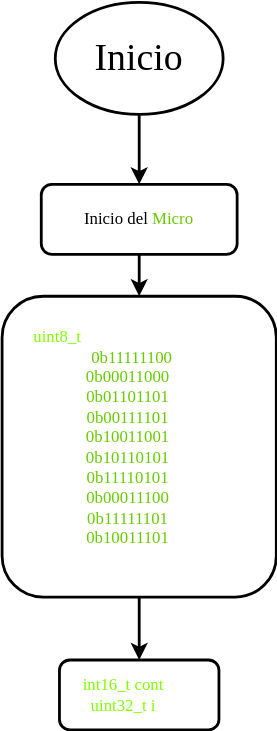
Earlier version of the draw.io export diagrama.drawio.svg (Kourii/tp4-kourii). Source tidied: cells renumbered, new cells last; positions are measured from the earlier drawing's top-left corner, leaving out a move shared by most shapes.
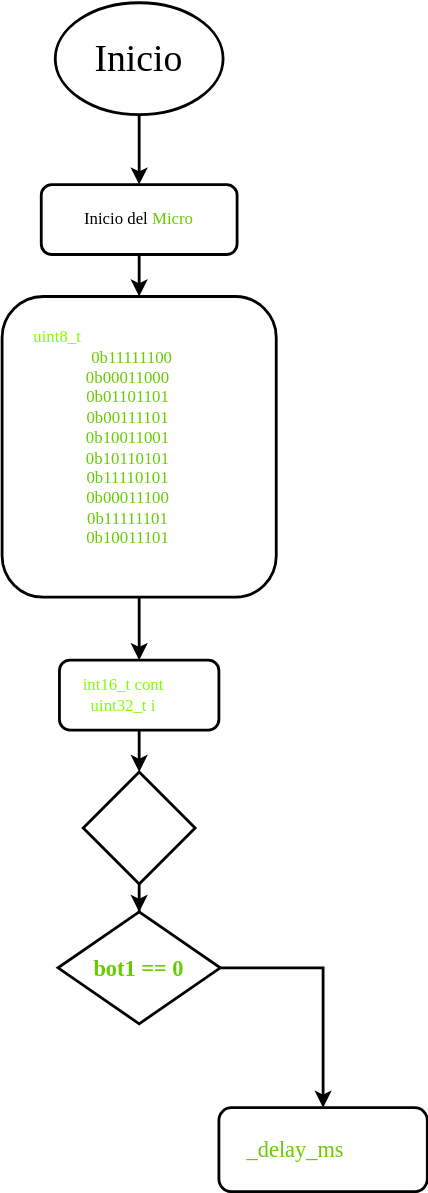
The same diagram one commit later.

Change to the diagram source:
```diff
@@ -2,12 +2,12 @@
   <root>
     <mxCell id="0" />
     <mxCell id="1" parent="0" />
-    <mxCell id="2" style="edgeStyle=none;html=1;exitX=0.5;exitY=1;exitDx=0;exitDy=0;entryX=0.5;entryY=0;entryDx=0;entryDy=0;fontFamily=Monocraft;fontSize=27;strokeWidth=2;labelBorderColor=none;" parent="1" edge="1" source="3">
+    <mxCell id="2" style="edgeStyle=none;html=1;exitX=0.5;exitY=1;exitDx=0;exitDy=0;entryX=0.5;entryY=0;entryDx=0;entryDy=0;fontFamily=Verdana;fontSize=27;strokeWidth=2;labelBorderColor=none;" parent="1" edge="1" source="3">
       <mxGeometry relative="1" as="geometry">
         <mxPoint x="98" y="130" as="targetPoint" />
       </mxGeometry>
     </mxCell>
-    <mxCell id="3" value="&lt;font style=&quot;font-size: 27px&quot; face=&quot;Monocraft&quot;&gt;Inicio&lt;/font&gt;" style="ellipse;whiteSpace=wrap;html=1;fillColor=default;strokeColor=default;gradientColor=none;strokeWidth=2;fontFamily=Monocraft;labelBorderColor=none;" parent="1" vertex="1">
+    <mxCell id="3" value="&lt;font style=&quot;font-size: 27px&quot;&gt;Inicio&lt;/font&gt;" style="ellipse;whiteSpace=wrap;html=1;fillColor=default;strokeColor=default;gradientColor=none;strokeWidth=2;fontFamily=Verdana;labelBorderColor=none;" parent="1" vertex="1">
       <mxGeometry x="38" width="120" height="80" as="geometry" />
     </mxCell>
     <mxCell id="4" style="edgeStyle=orthogonalEdgeStyle;rounded=0;jettySize=auto;html=1;exitX=0.5;exitY=1;exitDx=0;exitDy=0;fontFamily=Verdana;fontColor=#66CC00;labelBorderColor=none;strokeWidth=2;" parent="1" edge="1" source="5" target="7">
@@ -22,8 +22,26 @@
     <mxCell id="7" value="&lt;div&gt;&lt;font color=&quot;#80ff00&quot;&gt;uint8_t&lt;/font&gt;&lt;font color=&quot;#ffffff&quot;&gt; Tabla_Digitos_7seg[] = {&lt;/font&gt;0b11111100&lt;font color=&quot;#ffffff&quot;&gt;,//0&lt;span style=&quot;&quot;&gt;&#9;&lt;/span&gt;&lt;/font&gt;&lt;/div&gt;&lt;div&gt;&#9;&#9;&#9;&#9;&#9;&#9;&#9;&#9;0b00011000&lt;font color=&quot;#ffffff&quot;&gt;,//1&lt;span style=&quot;&quot;&gt;&#9;&lt;/span&gt;&lt;/font&gt;&lt;/div&gt;&lt;div&gt;&#9;&#9;&#9;&#9;&#9;&#9;&#9;&#9;0b01101101&lt;font color=&quot;#ffffff&quot;&gt;,//2&lt;span style=&quot;&quot;&gt;&#9;&lt;/span&gt;&lt;/font&gt;&lt;/div&gt;&lt;div&gt;&#9;&#9;&#9;&#9;&#9;&#9;&#9;&#9;0b00111101&lt;font color=&quot;#ffffff&quot;&gt;,//3&lt;span style=&quot;&quot;&gt;&#9;&lt;/span&gt;&lt;/font&gt;&lt;/div&gt;&lt;div&gt;&#9;&#9;&#9;&#9;&#9;&#9;&#9;&#9;0b10011001&lt;font color=&quot;#ffffff&quot;&gt;,//4&lt;span style=&quot;&quot;&gt;&#9;&lt;/span&gt;&lt;/font&gt;&lt;/div&gt;&lt;div&gt;&#9;&#9;&#9;&#9;&#9;&#9;&#9;&#9;0b10110101&lt;font color=&quot;#ffffff&quot;&gt;,//5&lt;span style=&quot;&quot;&gt;&#9;&lt;/span&gt;&lt;/font&gt;&lt;/div&gt;&lt;div&gt;&#9;&#9;&#9;&#9;&#9;&#9;&#9;&#9;0b11110101&lt;font color=&quot;#ffffff&quot;&gt;,//6&lt;span style=&quot;&quot;&gt;&#9;&lt;/span&gt;&lt;/font&gt;&lt;/div&gt;&lt;div&gt;&#9;&#9;&#9;&#9;&#9;&#9;&#9;&#9;0b00011100&lt;font color=&quot;#ffffff&quot;&gt;,//7&lt;span style=&quot;&quot;&gt;&#9;&lt;/span&gt;&lt;/font&gt;&lt;/div&gt;&lt;div&gt;&#9;&#9;&#9;&#9;&#9;&#9;&#9;&#9;0b11111101&lt;font color=&quot;#ffffff&quot;&gt;,//8&lt;span style=&quot;&quot;&gt;&#9;&lt;/span&gt;&lt;/font&gt;&lt;/div&gt;&lt;div&gt;&#9;&#9;&#9;&#9;&#9;&#9;&#9;&#9;0b10011101&lt;font color=&quot;#ffffff&quot;&gt; //9&lt;span style=&quot;&quot;&gt;&#9;&lt;/span&gt;&lt;/font&gt;&lt;/div&gt;&lt;div&gt;&lt;font color=&quot;#ffffff&quot;&gt;&lt;span style=&quot;&quot;&gt;&#9;&#9;&#9;&#9;&#9;&#9;&#9;&#9;&lt;/span&gt;};&lt;/font&gt;&lt;/div&gt;" style="rounded=1;whiteSpace=wrap;html=1;fontFamily=Verdana;fontColor=#66CC00;labelBorderColor=none;strokeWidth=2;" parent="1" vertex="1">
       <mxGeometry y="210" width="196" height="215" as="geometry" />
     </mxCell>
+    <mxCell id="9" style="edgeStyle=orthogonalEdgeStyle;rounded=0;jettySize=auto;html=1;exitX=0.5;exitY=1;exitDx=0;exitDy=0;entryX=0.5;entryY=0;entryDx=0;entryDy=0;labelBorderColor=none;strokeWidth=2;fontFamily=Verdana;fontColor=#FFFFFF;" parent="1" edge="1" source="8" target="11">
+      <mxGeometry relative="1" as="geometry" />
+    </mxCell>
     <mxCell id="8" value="&lt;div&gt;&lt;font color=&quot;#80ff00&quot;&gt;int16_t cont &lt;/font&gt;&lt;font color=&quot;#ffffff&quot;&gt;= 0;&lt;/font&gt;&lt;/div&gt;&lt;div&gt;&lt;font color=&quot;#80ff00&quot;&gt;uint32_t i &lt;/font&gt;&lt;font color=&quot;#ffffff&quot;&gt;= 0;&lt;/font&gt;&lt;/div&gt;" style="rounded=1;whiteSpace=wrap;html=1;fontFamily=Verdana;fontColor=#66CC00;labelBorderColor=none;strokeWidth=2;" parent="1" vertex="1">
       <mxGeometry x="41" y="470" width="114" height="50" as="geometry" />
     </mxCell>
+    <mxCell id="10" style="edgeStyle=orthogonalEdgeStyle;rounded=0;jettySize=auto;html=1;exitX=0.5;exitY=1;exitDx=0;exitDy=0;labelBorderColor=none;strokeWidth=2;fontFamily=Verdana;fontColor=#FFFFFF;" parent="1" edge="1" source="11" target="13">
+      <mxGeometry relative="1" as="geometry" />
+    </mxCell>
+    <mxCell id="11" style="rhombus;whiteSpace=wrap;html=1;labelBorderColor=none;strokeWidth=2;fontFamily=Verdana;fontColor=#FFFFFF;" parent="1" vertex="1">
+      <mxGeometry x="58" y="550" width="80" height="80" as="geometry" />
+    </mxCell>
+    <mxCell id="12" style="edgeStyle=orthogonalEdgeStyle;rounded=0;jettySize=auto;html=1;exitX=1;exitY=0.5;exitDx=0;exitDy=0;entryX=0.5;entryY=0;entryDx=0;entryDy=0;labelBorderColor=none;strokeWidth=2;fontFamily=Verdana;fontSize=16;fontColor=#66CC00;" parent="1" edge="1" source="13" target="14">
+      <mxGeometry relative="1" as="geometry" />
+    </mxCell>
+    <mxCell id="13" value="&lt;font style=&quot;font-size: 16px;&quot; color=&quot;#66cc00&quot;&gt;&lt;b&gt;bot1 == 0&lt;/b&gt;&lt;/font&gt;" style="rhombus;whiteSpace=wrap;html=1;labelBorderColor=none;strokeWidth=2;fontFamily=Verdana;fontColor=#FFFFFF;" parent="1" vertex="1">
+      <mxGeometry x="40" y="650" width="116" height="80" as="geometry" />
+    </mxCell>
+    <mxCell id="14" value="_delay_ms&lt;font color=&quot;#ffffff&quot;&gt;(100);&lt;/font&gt;" style="rounded=1;whiteSpace=wrap;html=1;labelBorderColor=none;strokeWidth=2;fontFamily=Verdana;fontSize=16;fontColor=#66CC00;" parent="1" vertex="1">
+      <mxGeometry x="155" y="790" width="149" height="60" as="geometry" />
+    </mxCell>
   </root>
 </mxGraphModel>
```
